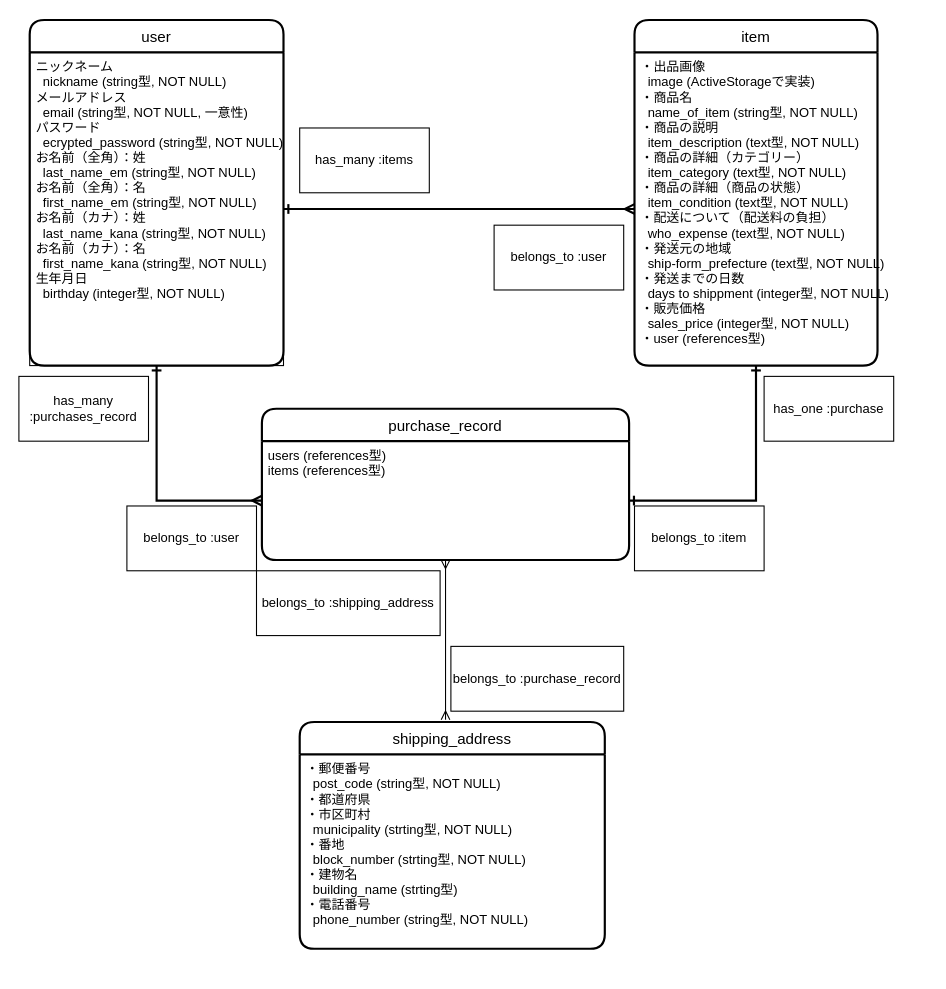
Before: ER.dio in w8u8w/furima-33943, a draw.io diagram. Source tidied: cells renumbered, new cells numbered last; positions are measured from the earlier drawing's top-left corner, leaving out a move shared by most shapes. Both pictures are drawn from the tidied source at 108%, with x=0, y=0 at pixel (18, 19).
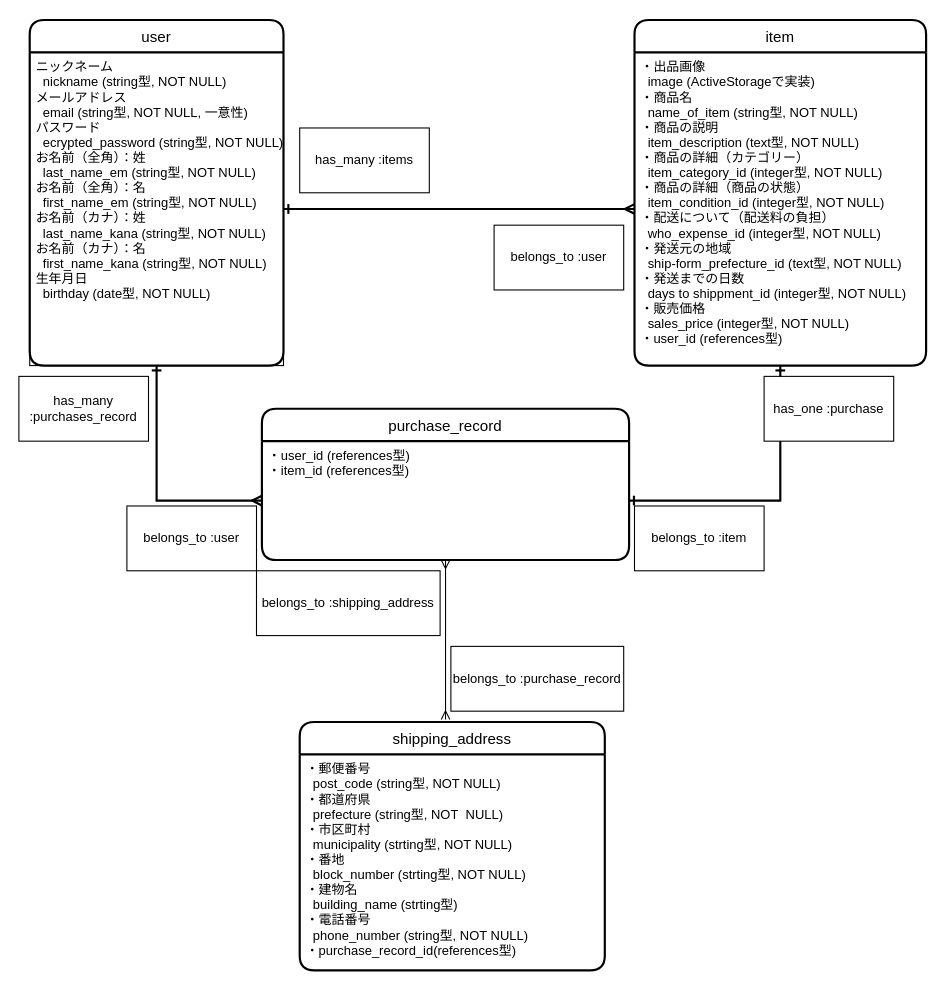
After the change.

Commit message (it also covers changes not shown here):
カラム名に_idの追加、integer型への修正

Unchanged cells that the change refers to:
```xml
<mxCell id="2" value="user" style="swimlane;horizontal=1;startSize=30;rounded=1;fontSize=14;fontStyle=0;strokeWidth=2;shadow=0;dashed=0;align=center;" parent="1" vertex="1">
  <mxGeometry x="10" width="235" height="320" as="geometry" />
</mxCell>
<mxCell id="8" value="purchase_record" style="swimlane;horizontal=1;startSize=30;rounded=1;fontSize=14;fontStyle=0;strokeWidth=2;shadow=0;dashed=0;align=center;" parent="1" vertex="1">
  <mxGeometry x="225" y="360" width="340" height="140" as="geometry" />
</mxCell>
```

What changed in the source:
```diff
@@
-    <mxCell id="3" value="ニックネーム&#10;  nickname (string型, NOT NULL)&#10;メールアドレス&#10;  email (string型, NOT NULL, 一意性)&#10;パスワード&#10;  ecrypted_password (string型, NOT NULL)&#10;お名前（全角）：姓&#10;  last_name_em (string型, NOT NULL)&#10;お名前（全角）：名&#10;  first_name_em (string型, NOT NULL)&#10;お名前（カナ）：姓&#10;  last_name_kana (string型, NOT NULL)&#10;お名前（カナ）：名&#10;  first_name_kana (string型, NOT NULL)&#10;生年月日&#10;  birthday (integer型, NOT NULL)" style="align=left;fillColor=none;spacingLeft=4;fontSize=12;verticalAlign=top;rounded=0;" parent="2" vertex="1">
+    <mxCell id="3" value="ニックネーム&#10;  nickname (string型, NOT NULL)&#10;メールアドレス&#10;  email (string型, NOT NULL, 一意性)&#10;パスワード&#10;  ecrypted_password (string型, NOT NULL)&#10;お名前（全角）：姓&#10;  last_name_em (string型, NOT NULL)&#10;お名前（全角）：名&#10;  first_name_em (string型, NOT NULL)&#10;お名前（カナ）：姓&#10;  last_name_kana (string型, NOT NULL)&#10;お名前（カナ）：名&#10;  first_name_kana (string型, NOT NULL)&#10;生年月日&#10;  birthday (date型, NOT NULL)" style="align=left;fillColor=none;spacingLeft=4;fontSize=12;verticalAlign=top;rounded=0;" parent="2" vertex="1">
       <mxGeometry y="30" width="235" height="290" as="geometry" />
     </mxCell>
     <mxCell id="4" value="item" style="swimlane;horizontal=1;startSize=30;rounded=1;fontSize=14;fontStyle=0;strokeWidth=2;shadow=0;dashed=0;align=center;" parent="1" vertex="1">
-      <mxGeometry x="570" width="225" height="320" as="geometry" />
+      <mxGeometry x="570" width="270" height="320" as="geometry" />
     </mxCell>
-    <mxCell id="5" value="・出品画像&#10;  image (ActiveStorageで実装)&#10;・商品名&#10;  name_of_item (string型, NOT NULL)&#10;・商品の説明&#10;  item_description (text型, NOT NULL)&#10;・商品の詳細（カテゴリー）&#10;  item_category (text型, NOT NULL)&#10;・商品の詳細（商品の状態）&#10;  item_condition (text型, NOT NULL)&#10;・配送について（配送料の負担）&#10;  who_expense (text型, NOT NULL)&#10;・発送元の地域&#10;  ship-form_prefecture (text型, NOT NULL)&#10;・発送までの日数&#10;  days to shippment (integer型, NOT NULL)&#10;・販売価格&#10;  sales_price (integer型, NOT NULL)&#10;・user (references型)" style="align=left;strokeColor=none;fillColor=none;spacingLeft=4;fontSize=12;verticalAlign=top;" parent="4" vertex="1">
-      <mxGeometry y="30" width="225" height="290" as="geometry" />
+    <mxCell id="5" value="・出品画像&#10;  image (ActiveStorageで実装)&#10;・商品名&#10;  name_of_item (string型, NOT NULL)&#10;・商品の説明&#10;  item_description (text型, NOT NULL)&#10;・商品の詳細（カテゴリー）&#10;  item_category_id (integer型, NOT NULL)&#10;・商品の詳細（商品の状態）&#10;  item_condition_id (integer型, NOT NULL)&#10;・配送について（配送料の負担）&#10;  who_expense_id (integer型, NOT NULL)&#10;・発送元の地域&#10;  ship-form_prefecture_id (text型, NOT NULL)&#10;・発送までの日数&#10;  days to shippment_id (integer型, NOT NULL)&#10;・販売価格&#10;  sales_price (integer型, NOT NULL)&#10;・user_id (references型)" style="align=left;strokeColor=none;fillColor=none;spacingLeft=4;fontSize=12;verticalAlign=top;" parent="4" vertex="1">
+      <mxGeometry y="30" width="270" height="290" as="geometry" />
     </mxCell>
@@
-    <mxCell id="10" value="users (references型)&#10;items (references型)" style="align=left;strokeColor=none;fillColor=none;spacingLeft=4;fontSize=12;verticalAlign=top;" parent="8" vertex="1">
+    <mxCell id="10" value="・user_id (references型)&#10;・item_id (references型)" style="align=left;strokeColor=none;fillColor=none;spacingLeft=4;fontSize=12;verticalAlign=top;" parent="8" vertex="1">
       <mxGeometry y="30" width="340" height="110" as="geometry" />
     </mxCell>
@@
     <mxCell id="22" value="shipping_address" style="swimlane;horizontal=1;startSize=30;rounded=1;fontSize=14;fontStyle=0;strokeWidth=2;shadow=0;dashed=0;align=center;" parent="1" vertex="1">
-      <mxGeometry x="260" y="650" width="282.5" height="210" as="geometry" />
+      <mxGeometry x="260" y="650" width="282.5" height="230" as="geometry" />
     </mxCell>
-    <mxCell id="23" value="・郵便番号&#10;  post_code (string型, NOT NULL)&#10;・都道府県&#10;・市区町村&#10;  municipality (strting型, NOT NULL)&#10;・番地&#10;  block_number (strting型, NOT NULL)&#10;・建物名&#10;  building_name (strting型)&#10;・電話番号&#10;  phone_number (string型, NOT NULL)" style="align=left;strokeColor=none;fillColor=none;spacingLeft=4;fontSize=12;verticalAlign=top;" parent="22" vertex="1">
-      <mxGeometry y="30" width="282.5" height="180" as="geometry" />
+    <mxCell id="23" value="・郵便番号&#10;  post_code (string型, NOT NULL)&#10;・都道府県&#10;  prefecture (string型, NOT  NULL)&#10;・市区町村&#10;  municipality (strting型, NOT NULL)&#10;・番地&#10;  block_number (strting型, NOT NULL)&#10;・建物名&#10;  building_name (strting型)&#10;・電話番号&#10;  phone_number (string型, NOT NULL)&#10;・purchase_record_id(references型)" style="align=left;strokeColor=none;fillColor=none;spacingLeft=4;fontSize=12;verticalAlign=top;" parent="22" vertex="1">
+      <mxGeometry y="30" width="282.5" height="200" as="geometry" />
     </mxCell>
```
